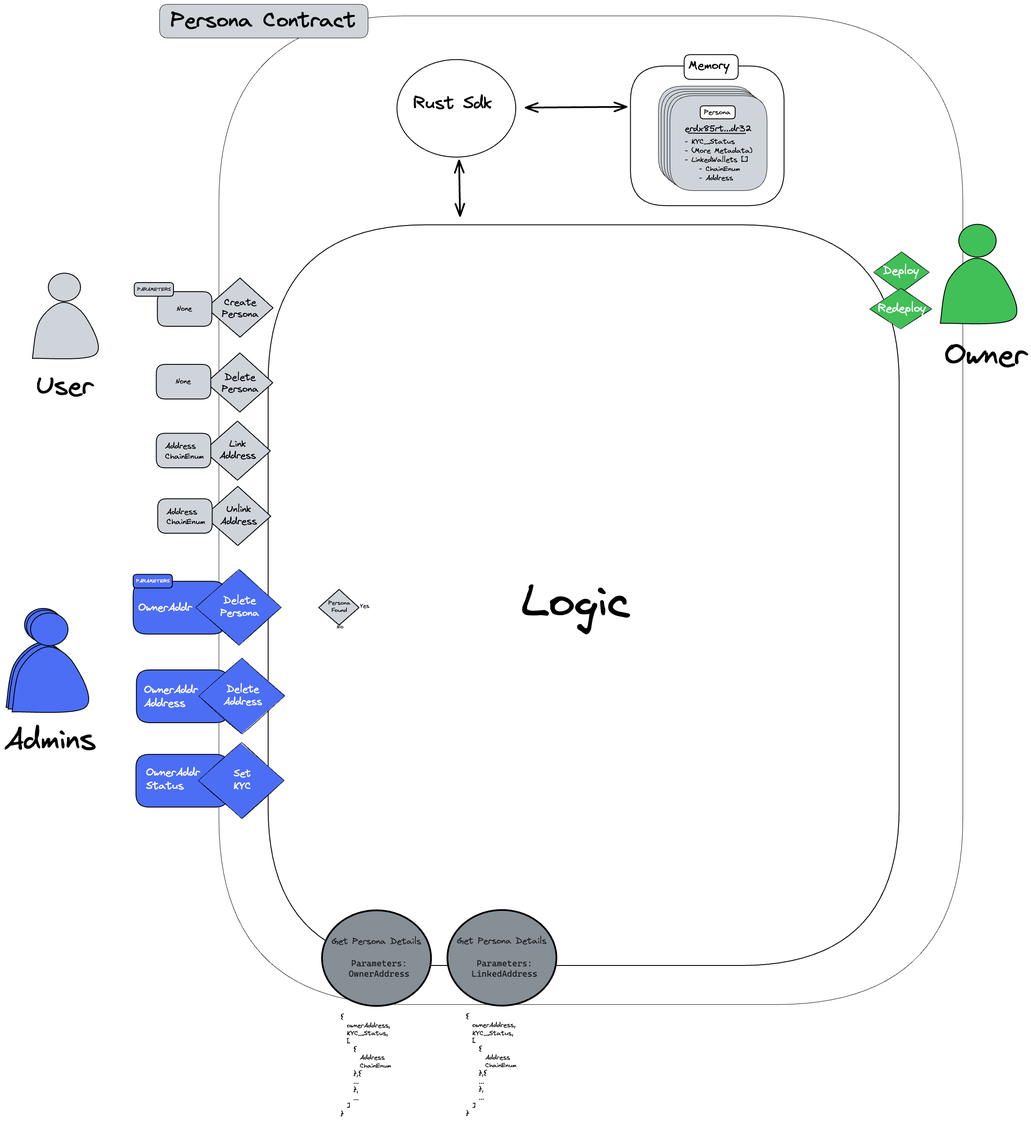
Earlier version of the Excalidraw export docs/contributors/assets/sc-design.excalidraw.png (HeliosConnect/Documentation). Source tidied: one line per element, renumbered; positions are measured from the earlier drawing's top-left corner, leaving out a move shared by most shapes.
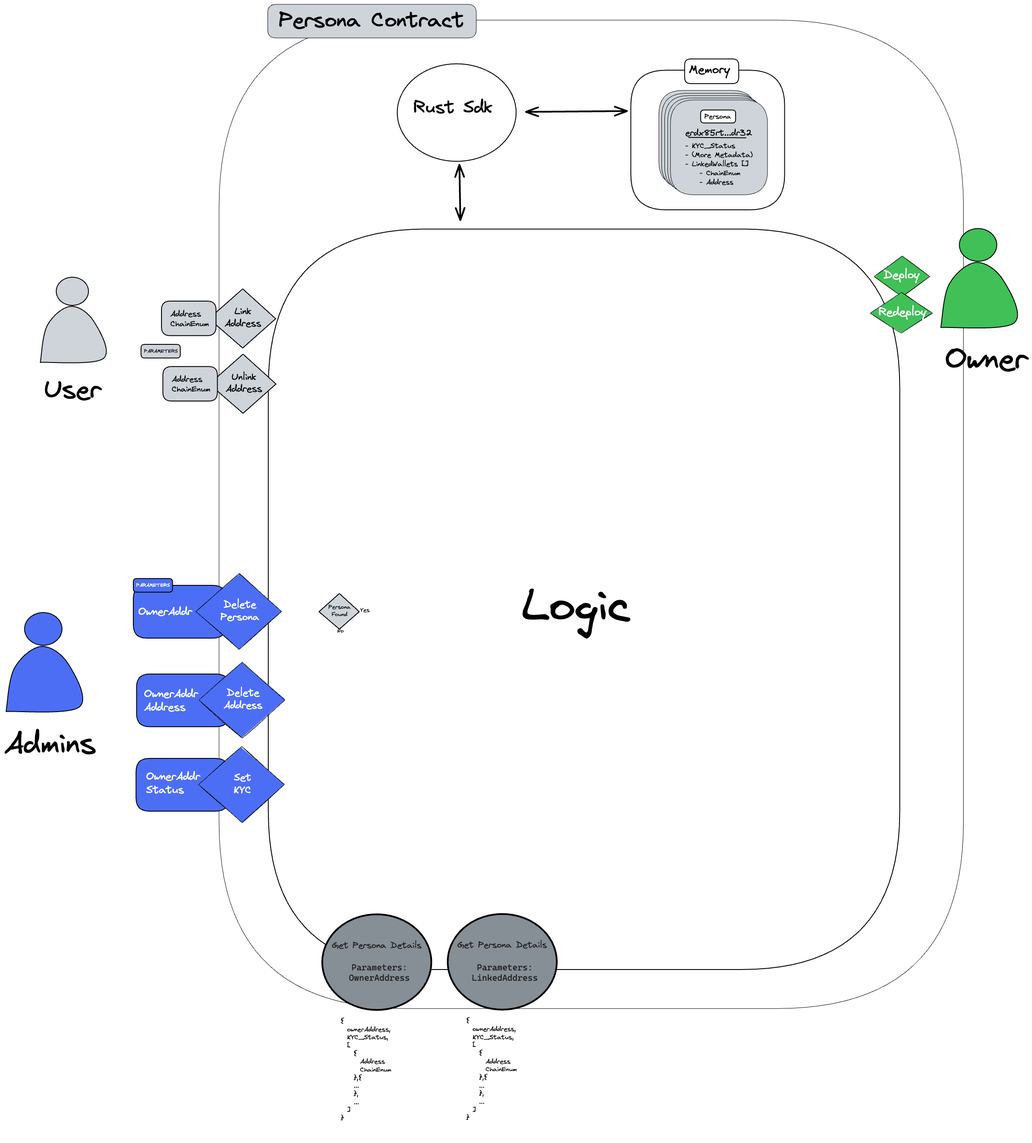
Above is the later version.

Change to the diagram source:
```diff
@@ -1,11 +1,11 @@
 {"id": 0, "type": "rectangle", "strokeColor": "#000000", "strokeWidth": 2, "roughness": 0, "round": true, "x": 610, "y": 510, "width": 1459, "height": 1712}
 {"id": 1, "type": "rectangle", "strokeColor": "#000000", "strokeWidth": 1, "roughness": 0, "round": true, "x": 496, "y": 27, "width": 1719, "height": 2285}
-{"id": 2, "type": "text", "text": "User", "strokeColor": "#000000", "backgroundColor": "white", "fillStyle": "solid", "strokeWidth": 1, "roughness": 1, "fontSize": 59.06, "fontFamily": 1, "x": 73, "y": 847, "width": 132, "height": 74}
+{"id": 2, "type": "text", "text": "User", "strokeColor": "#000000", "backgroundColor": "white", "fillStyle": "solid", "strokeWidth": 1, "roughness": 1, "fontSize": 59.06, "fontFamily": 1, "x": 91, "y": 846, "width": 132, "height": 74}
-{"id": 3, "type": "line", "strokeColor": "#000000", "backgroundColor": "#ced4da", "fillStyle": "solid", "strokeWidth": 2, "roughness": 0, "round": true, "x": 65, "y": 818, "width": 146, "height": 130, "points": [[0, 0], [16, -86], [70, -130], [123, -95], [146, -9], [0, 0]]}
+{"id": 3, "type": "line", "strokeColor": "#000000", "backgroundColor": "#ced4da", "fillStyle": "solid", "strokeWidth": 2, "roughness": 0, "round": true, "x": 83, "y": 818, "width": 146, "height": 130, "points": [[0, 0], [16, -86], [70, -130], [123, -95], [146, -9], [0, 0]]}
-{"id": 4, "type": "ellipse", "strokeColor": "#000000", "backgroundColor": "#ced4da", "fillStyle": "solid", "strokeWidth": 2, "roughness": 0, "x": 102, "y": 621, "width": 74, "height": 65}
+{"id": 4, "type": "ellipse", "strokeColor": "#000000", "backgroundColor": "#ced4da", "fillStyle": "solid", "strokeWidth": 2, "roughness": 0, "x": 120, "y": 621, "width": 74, "height": 65}
 {"id": 5, "type": "text", "text": "Logic", "strokeColor": "#000000", "strokeWidth": 2, "roughness": 0, "fontSize": 106.19, "fontFamily": 1, "textAlign": "center", "round": true, "x": 1196, "y": 1318, "width": 252, "height": 133}
-{"id": 6, "type": "rectangle", "strokeColor": "#000000", "backgroundColor": "#ced4da", "fillStyle": "solid", "strokeWidth": 1, "roughness": 0, "round": true, "x": 359, "y": 0, "width": 482, "height": 78}
+{"id": 6, "type": "rectangle", "strokeColor": "#000000", "backgroundColor": "#ced4da", "fillStyle": "solid", "strokeWidth": 1, "roughness": 0, "round": true, "x": 608, "y": -10, "width": 482, "height": 78}
-{"id": 7, "type": "text", "text": "Persona Contract", "strokeColor": "#000000", "backgroundColor": "#ced4da", "fillStyle": "solid", "strokeWidth": 1, "roughness": 1, "fontSize": 48.92, "fontFamily": 1, "x": 384, "y": 8, "width": 429, "height": 61}
+{"id": 7, "type": "text", "text": "Persona Contract", "strokeColor": "#000000", "backgroundColor": "#ced4da", "fillStyle": "solid", "strokeWidth": 1, "roughness": 1, "fontSize": 48.92, "fontFamily": 1, "x": 634, "y": -2, "width": 429, "height": 61}
 {"id": 8, "type": "rectangle", "strokeColor": "#000000", "strokeWidth": 2, "roughness": 0, "round": true, "x": 1447, "y": 142, "width": 355, "height": 323}
 {"id": 9, "type": "rectangle", "strokeColor": "#000000", "backgroundColor": "white", "fillStyle": "solid", "strokeWidth": 2, "roughness": 0, "round": true, "x": 1571, "y": 116, "width": 125, "height": 57}
 {"id": 10, "type": "text", "text": "Memory", "strokeColor": "#000000", "strokeWidth": 2, "roughness": 0, "fontSize": 27.88, "fontFamily": 1, "textAlign": "center", "round": true, "x": 1581, "y": 125, "width": 95, "height": 35}
@@ -21,10 +21,6 @@
 {"id": 20, "type": "text", "text": "Admins", "strokeColor": "#000000", "backgroundColor": "white", "fillStyle": "solid", "strokeWidth": 1, "roughness": 1, "fontSize": 68.62, "fontFamily": 1, "x": 0, "y": 1659, "width": 212, "height": 86}
 {"id": 21, "type": "line", "strokeColor": "#000000", "backgroundColor": "#4c6ef5", "fillStyle": "solid", "strokeWidth": 2, "roughness": 0, "round": true, "x": 4, "y": 1625, "width": 169, "height": 151, "points": [[0, 0], [19, -100], [81, -151], [143, -111], [169, -10], [0, 0]]}
 {"id": 22, "type": "ellipse", "strokeColor": "#000000", "backgroundColor": "#4c6ef5", "fillStyle": "solid", "strokeWidth": 2, "roughness": 0, "x": 47, "y": 1396, "width": 87, "height": 76}
-{"id": 23, "type": "line", "strokeColor": "#000000", "backgroundColor": "#4c6ef5", "fillStyle": "solid", "strokeWidth": 2, "roughness": 0, "round": true, "x": 9, "y": 1629, "width": 169, "height": 151, "points": [[0, 0], [19, -100], [81, -151], [143, -111], [169, -10], [0, 0]]}
-{"id": 24, "type": "ellipse", "strokeColor": "#000000", "backgroundColor": "#4c6ef5", "fillStyle": "solid", "strokeWidth": 2, "roughness": 0, "x": 51, "y": 1400, "width": 87, "height": 76}
-{"id": 25, "type": "line", "strokeColor": "#000000", "backgroundColor": "#4c6ef5", "fillStyle": "solid", "strokeWidth": 2, "roughness": 0, "round": true, "x": 18, "y": 1635, "width": 169, "height": 151, "points": [[0, 0], [19, -100], [81, -151], [143, -111], [169, -10], [0, 0]]}
-{"id": 26, "type": "ellipse", "strokeColor": "#000000", "backgroundColor": "#4c6ef5", "fillStyle": "solid", "strokeWidth": 2, "roughness": 0, "x": 61, "y": 1406, "width": 87, "height": 76}
 {"id": 27, "type": "text", "text": "{\n  ownerAddress,\n  KYC_Status,\n  [\n    {\n      Address\n      ChainEnum\n    },{\n    ...\n    },\n    ...\n  ]\n}\n\n", "strokeColor": "#000000", "backgroundColor": "#e64980", "fillStyle": "solid", "strokeWidth": 4, "roughness": 0, "fontSize": 14.94, "fontFamily": 1, "round": true, "x": 777, "y": 2332, "width": 117, "height": 280}
 {"id": 28, "type": "diamond", "strokeColor": "#000000", "backgroundColor": "#40c057", "fillStyle": "solid", "strokeWidth": 1, "roughness": 1, "x": 2000, "y": 656, "width": 144, "height": 94}
 {"id": 29, "type": "text", "text": "Redeploy", "strokeColor": "#ffffff", "backgroundColor": "#40c057", "fillStyle": "solid", "strokeWidth": 1, "roughness": 1, "fontSize": 26.72, "fontFamily": 1, "textAlign": "center", "x": 2020, "y": 687, "width": 110, "height": 33}
@@ -32,26 +28,16 @@
 {"id": 31, "type": "diamond", "strokeColor": "#000000", "backgroundColor": "#4c6ef5", "fillStyle": "solid", "strokeWidth": 1, "roughness": 1, "x": 442, "y": 1306, "width": 198, "height": 176}
 {"id": 32, "type": "text", "text": "Delete\nPersona", "strokeColor": "#ffffff", "backgroundColor": "#4c6ef5", "fillStyle": "solid", "strokeWidth": 1, "roughness": 1, "fontSize": 23.19, "fontFamily": 1, "textAlign": "center", "x": 499, "y": 1364, "width": 90, "height": 58}
 {"id": 33, "type": "text", "text": "OwnerAddr", "strokeColor": "#ffffff", "strokeWidth": 4, "roughness": 0, "fontSize": 24.84, "fontFamily": 1, "round": true, "x": 309, "y": 1379, "width": 124, "height": 31}
-{"id": 34, "type": "diamond", "strokeColor": "#000000", "backgroundColor": "#ced4da", "fillStyle": "solid", "strokeWidth": 2, "roughness": 0, "x": 467, "y": 632, "width": 154, "height": 137}
-{"id": 35, "type": "text", "text": "Create\nPersona", "strokeColor": "#000000", "backgroundColor": "#ced4da", "fillStyle": "solid", "strokeWidth": 2, "roughness": 0, "fontSize": 21.94, "fontFamily": 1, "textAlign": "center", "x": 503, "y": 675, "width": 85, "height": 55}
-{"id": 36, "type": "rectangle", "strokeColor": "#000000", "backgroundColor": "#ced4da", "fillStyle": "solid", "strokeWidth": 2, "roughness": 0, "round": true, "x": 354, "y": 664, "width": 126, "height": 80}
-{"id": 37, "type": "text", "text": "None", "strokeColor": "#000000", "backgroundColor": "#e64980", "fillStyle": "solid", "strokeWidth": 4, "roughness": 0, "fontSize": 16, "fontFamily": 1, "round": true, "x": 398, "y": 694, "width": 35, "height": 20}
 {"id": 38, "type": "rectangle", "strokeColor": "#000000", "backgroundColor": "#4c6ef5", "fillStyle": "solid", "strokeWidth": 2, "roughness": 0, "round": true, "x": 298, "y": 1317, "width": 91, "height": 32}
 {"id": 39, "type": "text", "text": "PARAMETERS", "strokeColor": "#ffffff", "backgroundColor": "#fab005", "fillStyle": "solid", "strokeWidth": 2, "roughness": 0, "fontSize": 11.38, "fontFamily": 1, "x": 305, "y": 1326, "width": 78, "height": 14}
-{"id": 40, "type": "rectangle", "strokeColor": "#000000", "backgroundColor": "#ced4da", "fillStyle": "solid", "strokeWidth": 2, "roughness": 0, "round": true, "x": 300, "y": 643, "width": 91, "height": 32}
-{"id": 41, "type": "text", "text": "PARAMETERS", "strokeColor": "#000000", "backgroundColor": "#fab005", "fillStyle": "solid", "strokeWidth": 2, "roughness": 0, "fontSize": 11.38, "fontFamily": 1, "x": 307, "y": 652, "width": 78, "height": 14}
-{"id": 42, "type": "diamond", "strokeColor": "#000000", "backgroundColor": "#ced4da", "fillStyle": "solid", "strokeWidth": 2, "roughness": 0, "x": 466, "y": 805, "width": 154, "height": 137}
-{"id": 43, "type": "text", "text": "Delete\nPersona", "strokeColor": "#000000", "backgroundColor": "#ced4da", "fillStyle": "solid", "strokeWidth": 2, "roughness": 0, "fontSize": 21.94, "fontFamily": 1, "textAlign": "center", "x": 502, "y": 848, "width": 85, "height": 55}
-{"id": 44, "type": "diamond", "strokeColor": "#000000", "backgroundColor": "#ced4da", "fillStyle": "solid", "strokeWidth": 2, "roughness": 0, "x": 461, "y": 963, "width": 154, "height": 137}
+{"id": 44, "type": "diamond", "strokeColor": "#000000", "backgroundColor": "#ced4da", "fillStyle": "solid", "strokeWidth": 2, "roughness": 0, "x": 473, "y": 648, "width": 154, "height": 137}
-{"id": 45, "type": "text", "text": "Link\nAddress", "strokeColor": "#000000", "backgroundColor": "#ced4da", "fillStyle": "solid", "strokeWidth": 2, "roughness": 0, "fontSize": 21.94, "fontFamily": 1, "textAlign": "center", "x": 497, "y": 1002, "width": 85, "height": 55}
+{"id": 45, "type": "text", "text": "Link\nAddress", "strokeColor": "#000000", "backgroundColor": "#ced4da", "fillStyle": "solid", "strokeWidth": 2, "roughness": 0, "fontSize": 21.94, "fontFamily": 1, "textAlign": "center", "x": 509, "y": 687, "width": 85, "height": 55}
-{"id": 46, "type": "diamond", "strokeColor": "#000000", "backgroundColor": "#ced4da", "fillStyle": "solid", "strokeWidth": 2, "roughness": 0, "x": 462, "y": 1114, "width": 154, "height": 137}
+{"id": 46, "type": "diamond", "strokeColor": "#000000", "backgroundColor": "#ced4da", "fillStyle": "solid", "strokeWidth": 2, "roughness": 0, "x": 473, "y": 799, "width": 154, "height": 137}
-{"id": 47, "type": "text", "text": "Unlink\nAddress", "strokeColor": "#000000", "backgroundColor": "#ced4da", "fillStyle": "solid", "strokeWidth": 2, "roughness": 0, "fontSize": 21.94, "fontFamily": 1, "textAlign": "center", "x": 499, "y": 1154, "width": 85, "height": 55}
+{"id": 47, "type": "text", "text": "Unlink\nAddress", "strokeColor": "#000000", "backgroundColor": "#ced4da", "fillStyle": "solid", "strokeWidth": 2, "roughness": 0, "fontSize": 21.94, "fontFamily": 1, "textAlign": "center", "x": 511, "y": 839, "width": 85, "height": 55}
-{"id": 48, "type": "rectangle", "strokeColor": "#000000", "backgroundColor": "#ced4da", "fillStyle": "solid", "strokeWidth": 2, "roughness": 0, "round": true, "x": 351, "y": 832, "width": 126, "height": 80}
-{"id": 49, "type": "text", "text": "None", "strokeColor": "#000000", "backgroundColor": "#e64980", "fillStyle": "solid", "strokeWidth": 4, "roughness": 0, "fontSize": 16, "fontFamily": 1, "round": true, "x": 396, "y": 862, "width": 35, "height": 20}
-{"id": 50, "type": "rectangle", "strokeColor": "#000000", "backgroundColor": "#ced4da", "fillStyle": "solid", "strokeWidth": 2, "roughness": 0, "round": true, "x": 351, "y": 991, "width": 126, "height": 80}
+{"id": 50, "type": "rectangle", "strokeColor": "#000000", "backgroundColor": "#ced4da", "fillStyle": "solid", "strokeWidth": 2, "roughness": 0, "round": true, "x": 363, "y": 676, "width": 126, "height": 80}
-{"id": 51, "type": "text", "text": "Address\nChainEnum", "strokeColor": "#000000", "backgroundColor": "#e64980", "fillStyle": "solid", "strokeWidth": 4, "roughness": 0, "fontSize": 18.47, "fontFamily": 1, "round": true, "x": 372, "y": 1011, "width": 89, "height": 46}
+{"id": 51, "type": "text", "text": "Address\nChainEnum", "strokeColor": "#000000", "backgroundColor": "#e64980", "fillStyle": "solid", "strokeWidth": 4, "roughness": 0, "fontSize": 18.47, "fontFamily": 1, "round": true, "x": 383, "y": 695, "width": 89, "height": 46}
-{"id": 52, "type": "rectangle", "strokeColor": "#000000", "backgroundColor": "#ced4da", "fillStyle": "solid", "strokeWidth": 2, "roughness": 0, "round": true, "x": 354, "y": 1142, "width": 126, "height": 80}
+{"id": 52, "type": "rectangle", "strokeColor": "#000000", "backgroundColor": "#ced4da", "fillStyle": "solid", "strokeWidth": 2, "roughness": 0, "round": true, "x": 366, "y": 827, "width": 126, "height": 80}
-{"id": 53, "type": "text", "text": "Address\nChainEnum", "strokeColor": "#000000", "backgroundColor": "#e64980", "fillStyle": "solid", "strokeWidth": 4, "roughness": 0, "fontSize": 18.47, "fontFamily": 1, "round": true, "x": 375, "y": 1162, "width": 89, "height": 46}
+{"id": 53, "type": "text", "text": "Address\nChainEnum", "strokeColor": "#000000", "backgroundColor": "#e64980", "fillStyle": "solid", "strokeWidth": 4, "roughness": 0, "fontSize": 18.47, "fontFamily": 1, "round": true, "x": 386, "y": 847, "width": 89, "height": 46}
 {"id": 54, "type": "text", "text": "Get Persona Details ", "strokeColor": "#1e1e1e", "strokeWidth": 2, "roughness": 1, "fontSize": 20, "fontFamily": 1, "x": 757, "y": 2153, "width": 217, "height": 25}
 {"id": 55, "type": "text", "text": "Parameters:\nOwnerAddress", "strokeColor": "#1e1e1e", "strokeWidth": 2, "roughness": 1, "fontSize": 20, "fontFamily": 3, "textAlign": "center", "x": 796, "y": 2204, "width": 141, "height": 48}
 {"id": 56, "type": "rectangle", "strokeColor": "#000000", "backgroundColor": "#4c6ef5", "fillStyle": "solid", "strokeWidth": 2, "roughness": 0, "round": true, "x": 305, "y": 1538, "width": 214, "height": 122}
@@ -81,3 +67,5 @@
 {"id": 80, "type": "text", "text": "Get Persona Details ", "strokeColor": "#1e1e1e", "strokeWidth": 2, "roughness": 1, "fontSize": 20, "fontFamily": 1, "x": 1046, "y": 2152, "width": 217, "height": 25}
 {"id": 81, "type": "text", "text": "Parameters:\nLinkedAddress", "strokeColor": "#1e1e1e", "strokeWidth": 2, "roughness": 1, "fontSize": 20, "fontFamily": 3, "textAlign": "center", "x": 1080, "y": 2204, "width": 152, "height": 48}
 {"id": 82, "type": "text", "text": "OwnerAddr\nStatus", "strokeColor": "#ffffff", "strokeWidth": 4, "roughness": 0, "fontSize": 24.84, "fontFamily": 1, "round": true, "x": 328, "y": 1760, "width": 124, "height": 62}
+{"id": 40, "type": "rectangle", "strokeColor": "#000000", "backgroundColor": "#ced4da", "fillStyle": "solid", "strokeWidth": 2, "roughness": 0, "round": true, "x": 316, "y": 776, "width": 91, "height": 32}
+{"id": 41, "type": "text", "text": "PARAMETERS", "strokeColor": "#000000", "backgroundColor": "#fab005", "fillStyle": "solid", "strokeWidth": 2, "roughness": 0, "fontSize": 11.38, "fontFamily": 1, "x": 323, "y": 785, "width": 78, "height": 14}
```
